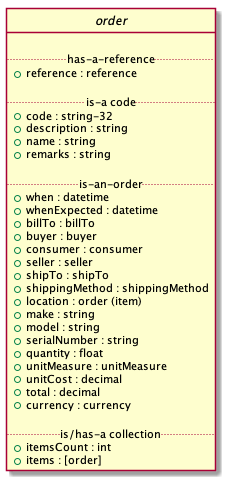
The PlantUML diagram images/order-class-diagram.puml.png in EciStg/order-placement, before a commit.
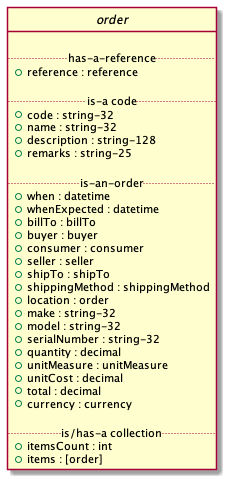
The same diagram one commit later.

Commit message:
added string lengths

What changed in the source:
```diff
@@ -8,9 +8,9 @@
 
 .. is-a code ..
 {field} + code : string-32
-{field} + description : string
-{field} + name : string
-{field} + remarks : string
+{field} + name : string-32
+{field} + description : string-128
+{field} + remarks : string-25
 
 .. is-an-order ..
 {field} + when : datetime
@@ -21,11 +21,11 @@
 {field} + seller : seller
 {field} + shipTo : shipTo
 {field} + shippingMethod : shippingMethod
-{field} + location : order (item)
-{field} + make : string
-{field} + model : string
-{field} + serialNumber : string
-{field} + quantity : float
+{field} + location : order
+{field} + make : string-32
+{field} + model : string-32
+{field} + serialNumber : string-32
+{field} + quantity : decimal
 {field} + unitMeasure : unitMeasure
 {field} + unitCost : decimal
 {field} + total : decimal
```
